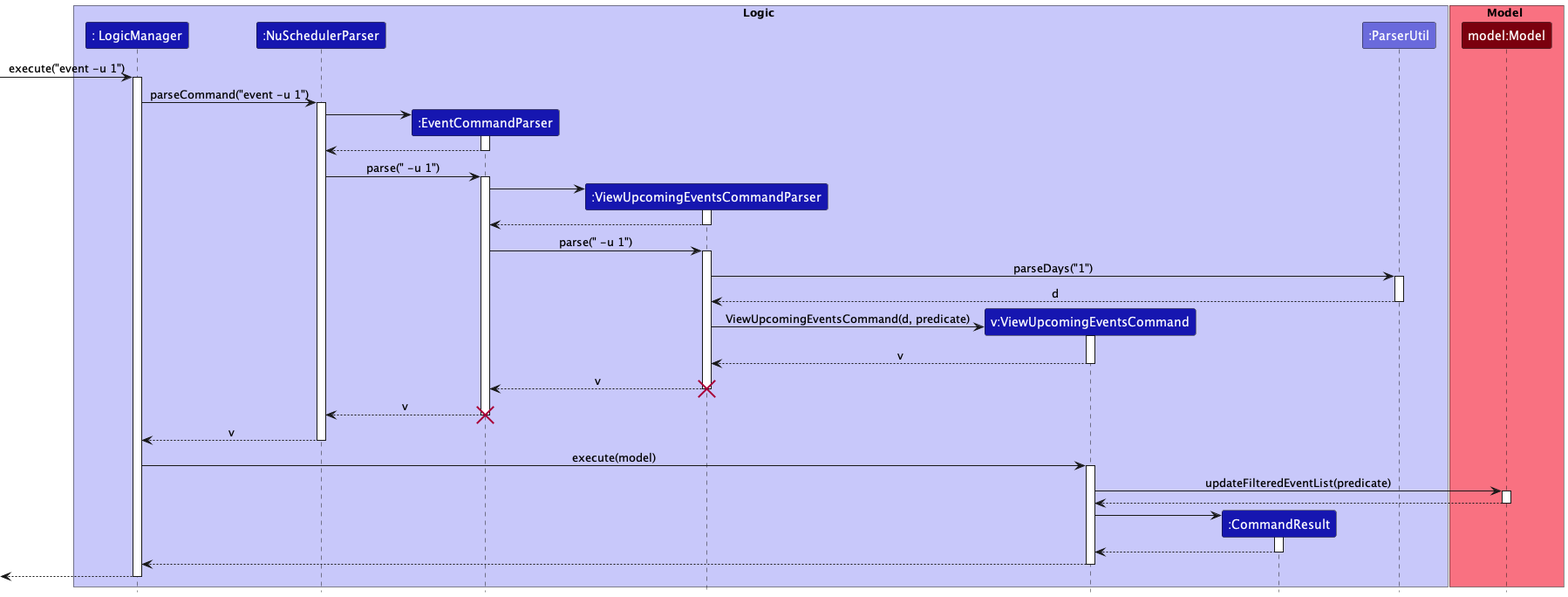
Before: docs/images/commands/ViewUpcomingEventsCommandSequenceDiagram.png, a diagram exported from PlantUML (nus-cs2103-AY2223S1/tp).
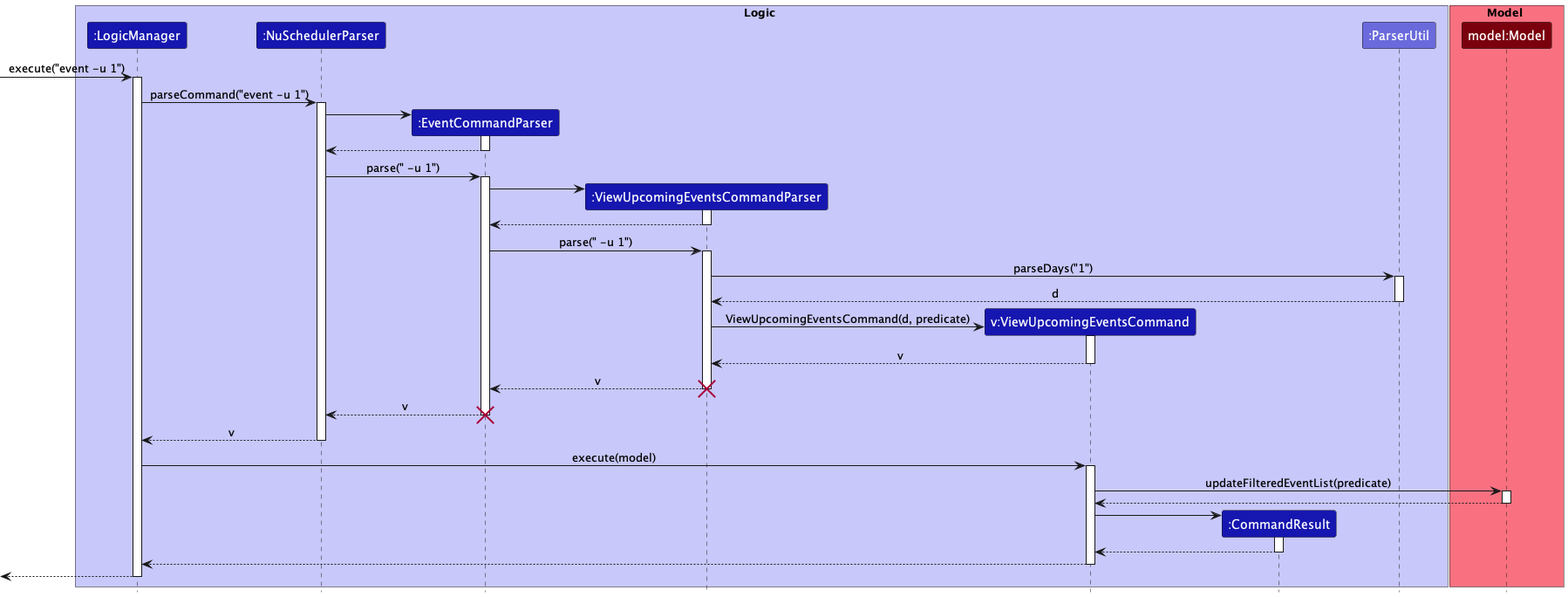
The same file after the commit.

Commit message:
Fix typo in UML diagram

What changed in the source:
```diff
@@ -2,7 +2,7 @@
 !include ../style.puml
 
 box Logic LOGIC_COLOR_T1
-Participant ": LogicManager" as logicManager LOGIC_COLOR_T3
+Participant ":LogicManager" as logicManager LOGIC_COLOR_T3
 Participant ":NuSchedulerParser" as nuSchedulerParser LOGIC_COLOR_T3
 Participant ":EventCommandParser" as EventCommandParser LOGIC_COLOR_T3
 Participant ":ViewUpcomingEventsCommandParser" as ViewUpcomingEventsCommandParser LOGIC_COLOR_T3
```
